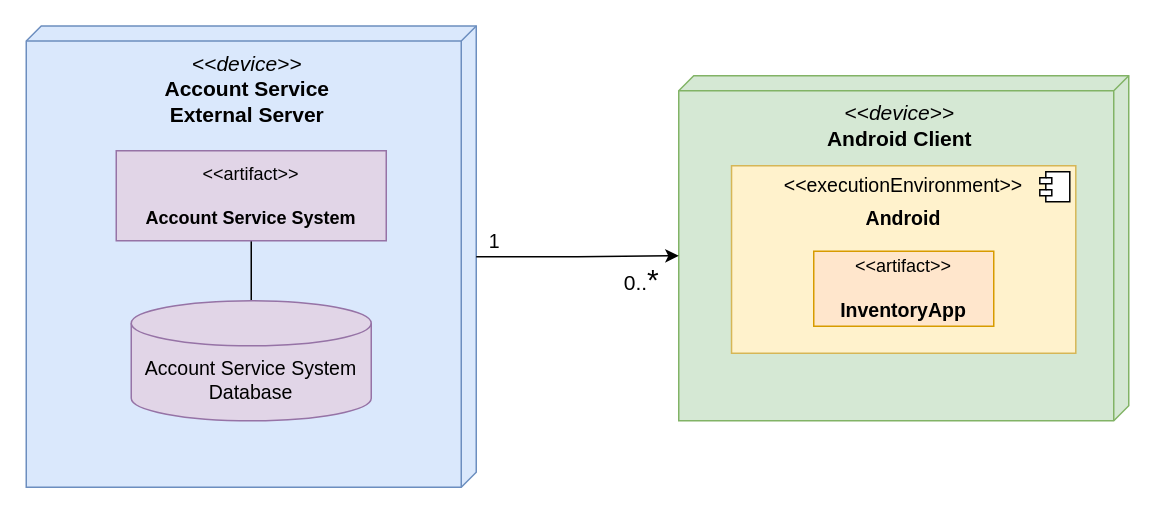
This is dev_doc/documents/_res/_raw/Deployment_Diagram.drawio from filippochinni/inventory-app, a draw.io file, before an edit. Source tidied: cells renumbered, new cells numbered last; positions are measured from the earlier drawing's top-left corner, leaving out a move shared by most shapes. Both pictures are drawn from the tidied source at 150%, with x=0, y=0 at pixel (26, 26).
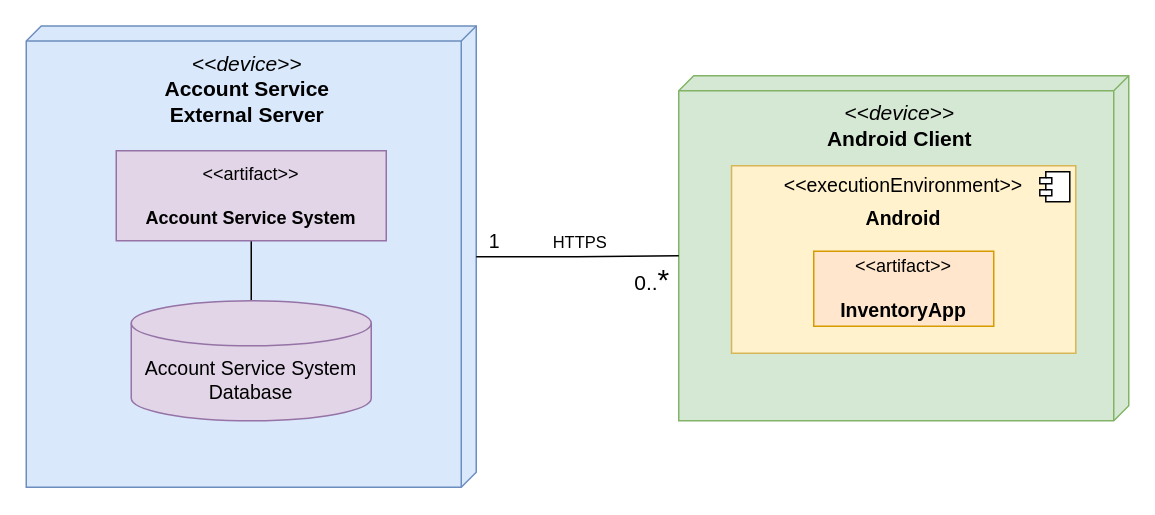
Above is the later version.

Diff of the diagram source:
```diff
@@
 <mxGraphModel>
   <root>
     <mxCell id="0" />
     <mxCell id="1" parent="0" />
     <mxCell id="2" value="&lt;font style=&quot;font-size: 14px;&quot;&gt;&lt;i style=&quot;&quot;&gt;&amp;lt;&amp;lt;device&amp;gt;&amp;gt;&lt;/i&gt;&lt;br&gt;&lt;b style=&quot;&quot;&gt;Account Service&lt;br&gt;External Server&lt;/b&gt;&lt;/font&gt;" style="verticalAlign=top;align=center;shape=cube;size=10;direction=south;fontStyle=0;html=1;boundedLbl=1;spacingLeft=5;whiteSpace=wrap;fillColor=#dae8fc;strokeColor=#6c8ebf;" parent="1" vertex="1">
       <mxGeometry y="-0.2" width="300" height="307.5" as="geometry" />
     </mxCell>
     <mxCell id="3" style="edgeStyle=orthogonalEdgeStyle;rounded=0;jettySize=auto;html=1;entryX=0.5;entryY=1;entryDx=0;entryDy=0;endArrow=none;startFill=0;" parent="1" edge="1" source="4" target="5">
       <mxGeometry relative="1" as="geometry" />
     </mxCell>
     <mxCell id="4" value="&lt;font style=&quot;font-size: 13px;&quot;&gt;Account Service System Database&lt;/font&gt;" style="shape=cylinder3;whiteSpace=wrap;html=1;boundedLbl=1;backgroundOutline=1;size=15;fillColor=#e1d5e7;strokeColor=#9673a6;" parent="1" vertex="1">
       <mxGeometry x="70" y="183" width="160" height="80" as="geometry" />
     </mxCell>
     <mxCell id="5" value="&amp;lt;&amp;lt;artifact&amp;gt;&amp;gt;&lt;br&gt;&lt;br&gt;&lt;b&gt;Account Service System&lt;/b&gt;" style="html=1;align=center;verticalAlign=middle;dashed=0;whiteSpace=wrap;fillColor=#e1d5e7;strokeColor=#9673a6;" parent="1" vertex="1">
       <mxGeometry x="60" y="83" width="180" height="60" as="geometry" />
     </mxCell>
     <mxCell id="6" value="&lt;font style=&quot;font-size: 14px;&quot;&gt;&lt;i style=&quot;&quot;&gt;&amp;lt;&amp;lt;device&amp;gt;&amp;gt;&lt;/i&gt;&lt;br&gt;&lt;b style=&quot;&quot;&gt;Android Client&lt;/b&gt;&lt;/font&gt;" style="verticalAlign=top;align=center;shape=cube;size=10;direction=south;fontStyle=0;html=1;boundedLbl=1;spacingLeft=5;whiteSpace=wrap;fillColor=#d5e8d4;strokeColor=#82b366;" parent="1" vertex="1">
       <mxGeometry x="435" y="33" width="300" height="230" as="geometry" />
     </mxCell>
     <mxCell id="7" value="&lt;p style=&quot;margin:0px;margin-top:6px;text-align:center;&quot;&gt;&lt;font style=&quot;font-size: 13px;&quot;&gt;&amp;lt;&amp;lt;executionEnvironment&amp;gt;&amp;gt;&lt;/font&gt;&lt;/p&gt;&lt;p style=&quot;margin:0px;margin-top:6px;text-align:center;&quot;&gt;&lt;b&gt;&lt;font style=&quot;font-size: 13px;&quot;&gt;Android&lt;/font&gt;&lt;/b&gt;&lt;/p&gt;" style="align=left;overflow=fill;html=1;whiteSpace=wrap;fillColor=#fff2cc;strokeColor=#d6b656;" parent="1" vertex="1">
       <mxGeometry x="470.2" y="93" width="229.5" height="125" as="geometry" />
     </mxCell>
     <mxCell id="8" style="shape=component;jettyWidth=8;jettyHeight=4;" parent="7" vertex="1">
       <mxGeometry x="1" width="20" height="20" relative="1" as="geometry">
         <mxPoint x="-24" y="4" as="offset" />
       </mxGeometry>
     </mxCell>
     <mxCell id="9" value="&amp;lt;&amp;lt;artifact&amp;gt;&amp;gt;&lt;br&gt;&lt;br&gt;&lt;div&gt;&lt;b&gt;&lt;font style=&quot;font-size: 13px;&quot;&gt;InventoryApp&lt;/font&gt;&lt;/b&gt;&lt;/div&gt;" style="rounded=0;whiteSpace=wrap;html=1;fillColor=#ffe6cc;strokeColor=#d79b00;" parent="1" vertex="1">
       <mxGeometry x="525" y="150" width="120" height="50" as="geometry" />
     </mxCell>
     <mxCell id="10" value="&lt;font style=&quot;font-size: 14px;&quot;&gt;0..&lt;/font&gt;&lt;font style=&quot;font-size: 20px;&quot;&gt;*&lt;/font&gt;" style="text;html=1;align=center;verticalAlign=middle;strokeColor=none;fillColor=none;" parent="1" vertex="1">
-      <mxGeometry x="385" y="148" width="50" height="40" as="geometry" />
+      <mxGeometry x="392" y="148" width="50" height="40" as="geometry" />
     </mxCell>
     <mxCell id="11" value="&lt;font style=&quot;font-size: 13px;&quot;&gt;1&lt;/font&gt;" style="text;html=1;align=center;verticalAlign=middle;strokeColor=none;fillColor=none;" parent="1" vertex="1">
       <mxGeometry x="297" y="128" width="30" height="30" as="geometry" />
     </mxCell>
-    <mxCell id="12" style="edgeStyle=orthogonalEdgeStyle;rounded=0;jettySize=auto;html=1;entryX=0;entryY=0;entryDx=120;entryDy=300;entryPerimeter=0;" parent="1" edge="1" source="2" target="6">
+    <mxCell id="12" style="edgeStyle=orthogonalEdgeStyle;rounded=0;jettySize=auto;html=1;entryX=0;entryY=0;entryDx=120;entryDy=300;entryPerimeter=0;endArrow=none;endFill=0;" parent="1" edge="1" source="2" target="6">
       <mxGeometry relative="1" as="geometry" />
     </mxCell>
+    <mxCell id="13" value="HTTPS" style="edgeLabel;html=1;align=center;verticalAlign=middle;" parent="12" vertex="1">
+      <mxGeometry x="0.09" y="-2" relative="1" as="geometry">
+        <mxPoint x="-5" y="-12" as="offset" />
+      </mxGeometry>
+    </mxCell>
   </root>
 </mxGraphModel>
```
